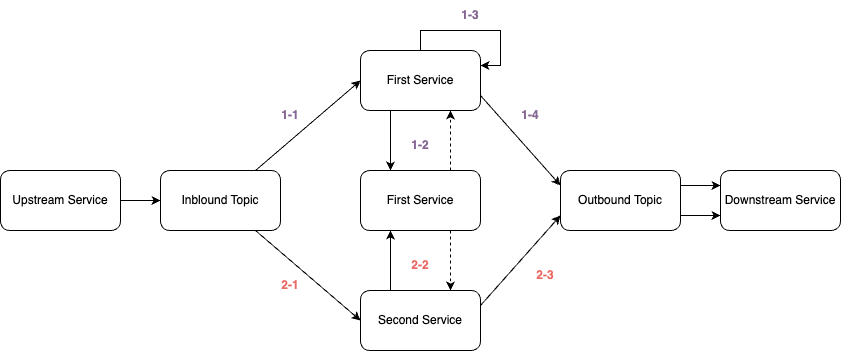
Before: img/kafka/kafka-consumer-retry-1.drawio.png, a diagram exported from draw.io (windowforsun/blog). Source tidied: cells renumbered, new cells last; positions are measured from the earlier drawing's top-left corner, leaving out a move shared by most shapes. The source it was exported from:
```xml
<mxGraphModel>
  <root>
    <mxCell id="0" />
    <mxCell id="1" parent="0" />
    <mxCell id="2" style="edgeStyle=orthogonalEdgeStyle;rounded=0;jettySize=auto;html=1;entryX=0;entryY=0.5;entryDx=0;entryDy=0;" parent="1" edge="1" source="3" target="6">
      <mxGeometry relative="1" as="geometry" />
    </mxCell>
    <mxCell id="3" value="Upstream Service" style="rounded=1;whiteSpace=wrap;html=1;" parent="1" vertex="1">
      <mxGeometry y="170" width="120" height="60" as="geometry" />
    </mxCell>
    <mxCell id="4" style="rounded=0;jettySize=auto;html=1;entryX=0;entryY=0.5;entryDx=0;entryDy=0;" parent="1" edge="1" source="6" target="9">
      <mxGeometry relative="1" as="geometry" />
    </mxCell>
    <mxCell id="5" style="rounded=0;jettySize=auto;html=1;entryX=0;entryY=0.5;entryDx=0;entryDy=0;" parent="1" edge="1" source="6" target="15">
      <mxGeometry relative="1" as="geometry" />
    </mxCell>
    <mxCell id="6" value="Inblound Topic" style="rounded=1;whiteSpace=wrap;html=1;" parent="1" vertex="1">
      <mxGeometry x="160" y="170" width="120" height="60" as="geometry" />
    </mxCell>
    <mxCell id="7" style="edgeStyle=orthogonalEdgeStyle;rounded=0;jettySize=auto;html=1;exitX=0.25;exitY=1;exitDx=0;exitDy=0;entryX=0.25;entryY=0;entryDx=0;entryDy=0;" parent="1" edge="1" source="9" target="12">
      <mxGeometry relative="1" as="geometry" />
    </mxCell>
    <mxCell id="8" style="rounded=0;jettySize=auto;html=1;entryX=0;entryY=0.25;entryDx=0;entryDy=0;exitX=1;exitY=0.75;exitDx=0;exitDy=0;" parent="1" edge="1" source="9" target="18">
      <mxGeometry relative="1" as="geometry" />
    </mxCell>
    <mxCell id="9" value="First Service" style="rounded=1;whiteSpace=wrap;html=1;" parent="1" vertex="1">
      <mxGeometry x="360" y="50" width="120" height="60" as="geometry" />
    </mxCell>
    <mxCell id="10" style="edgeStyle=orthogonalEdgeStyle;rounded=0;jettySize=auto;html=1;exitX=0.75;exitY=1;exitDx=0;exitDy=0;entryX=0.75;entryY=0;entryDx=0;entryDy=0;dashed=1;" parent="1" edge="1" source="12" target="15">
      <mxGeometry relative="1" as="geometry" />
    </mxCell>
    <mxCell id="11" style="edgeStyle=orthogonalEdgeStyle;rounded=0;jettySize=auto;html=1;exitX=0.75;exitY=0;exitDx=0;exitDy=0;entryX=0.75;entryY=1;entryDx=0;entryDy=0;dashed=1;" parent="1" edge="1" source="12" target="9">
      <mxGeometry relative="1" as="geometry" />
    </mxCell>
    <mxCell id="12" value="First Service" style="rounded=1;whiteSpace=wrap;html=1;" parent="1" vertex="1">
      <mxGeometry x="360" y="170" width="120" height="60" as="geometry" />
    </mxCell>
    <mxCell id="13" style="edgeStyle=orthogonalEdgeStyle;rounded=0;jettySize=auto;html=1;exitX=0.25;exitY=0;exitDx=0;exitDy=0;entryX=0.25;entryY=1;entryDx=0;entryDy=0;" parent="1" edge="1" source="15" target="12">
      <mxGeometry relative="1" as="geometry" />
    </mxCell>
    <mxCell id="14" style="rounded=0;jettySize=auto;html=1;exitX=1;exitY=0.25;exitDx=0;exitDy=0;entryX=0;entryY=0.75;entryDx=0;entryDy=0;" parent="1" edge="1" source="15" target="18">
      <mxGeometry relative="1" as="geometry" />
    </mxCell>
    <mxCell id="15" value="Second Service" style="rounded=1;whiteSpace=wrap;html=1;" parent="1" vertex="1">
      <mxGeometry x="360" y="290" width="120" height="60" as="geometry" />
    </mxCell>
    <mxCell id="16" style="edgeStyle=orthogonalEdgeStyle;rounded=0;jettySize=auto;html=1;exitX=1;exitY=0.25;exitDx=0;exitDy=0;entryX=0;entryY=0.25;entryDx=0;entryDy=0;" parent="1" edge="1" source="18" target="19">
      <mxGeometry relative="1" as="geometry" />
    </mxCell>
    <mxCell id="17" style="edgeStyle=orthogonalEdgeStyle;rounded=0;jettySize=auto;html=1;exitX=1;exitY=0.75;exitDx=0;exitDy=0;entryX=0;entryY=0.75;entryDx=0;entryDy=0;" parent="1" edge="1" source="18" target="19">
      <mxGeometry relative="1" as="geometry" />
    </mxCell>
    <mxCell id="18" value="Outbound Topic" style="rounded=1;whiteSpace=wrap;html=1;" parent="1" vertex="1">
      <mxGeometry x="560" y="170" width="120" height="60" as="geometry" />
    </mxCell>
    <mxCell id="19" value="Downstream Service" style="rounded=1;whiteSpace=wrap;html=1;" parent="1" vertex="1">
      <mxGeometry x="720" y="170" width="120" height="60" as="geometry" />
    </mxCell>
    <mxCell id="20" style="edgeStyle=orthogonalEdgeStyle;rounded=0;orthogonalLoop=1;jettySize=auto;html=1;entryX=1;entryY=0.25;entryDx=0;entryDy=0;" parent="1" edge="1" source="9" target="9">
      <mxGeometry relative="1" as="geometry" />
    </mxCell>
    <mxCell id="21" value="&lt;b&gt;1-1&lt;/b&gt;" style="text;html=1;align=center;verticalAlign=middle;whiteSpace=wrap;rounded=0;fontColor=#856794;" parent="1" vertex="1">
      <mxGeometry x="260" y="100" width="60" height="30" as="geometry" />
    </mxCell>
    <mxCell id="22" value="&lt;b&gt;1-2&lt;/b&gt;" style="text;html=1;align=center;verticalAlign=middle;whiteSpace=wrap;rounded=0;fontColor=#856794;" parent="1" vertex="1">
      <mxGeometry x="390" y="130" width="60" height="30" as="geometry" />
    </mxCell>
    <mxCell id="23" value="&lt;b&gt;1-3&lt;/b&gt;" style="text;html=1;align=center;verticalAlign=middle;whiteSpace=wrap;rounded=0;fontColor=#856794;" parent="1" vertex="1">
      <mxGeometry x="440" width="60" height="30" as="geometry" />
    </mxCell>
    <mxCell id="24" value="&lt;b&gt;1-4&lt;/b&gt;" style="text;html=1;align=center;verticalAlign=middle;whiteSpace=wrap;rounded=0;fontColor=#856794;" parent="1" vertex="1">
      <mxGeometry x="500" y="100" width="60" height="30" as="geometry" />
    </mxCell>
    <mxCell id="25" value="&lt;b&gt;&lt;font color=&quot;#ea6b66&quot;&gt;2-1&lt;/font&gt;&lt;/b&gt;" style="text;html=1;align=center;verticalAlign=middle;whiteSpace=wrap;rounded=0;fontColor=#4747B3;" parent="1" vertex="1">
      <mxGeometry x="260" y="270" width="60" height="30" as="geometry" />
    </mxCell>
    <mxCell id="26" value="&lt;b&gt;&lt;font color=&quot;#ea6b66&quot;&gt;2-2&lt;/font&gt;&lt;/b&gt;" style="text;html=1;align=center;verticalAlign=middle;whiteSpace=wrap;rounded=0;fontColor=#4747B3;" parent="1" vertex="1">
      <mxGeometry x="390" y="250" width="60" height="30" as="geometry" />
    </mxCell>
    <mxCell id="27" value="&lt;b&gt;&lt;font color=&quot;#ea6b66&quot;&gt;2-3&lt;/font&gt;&lt;/b&gt;" style="text;html=1;align=center;verticalAlign=middle;whiteSpace=wrap;rounded=0;fontColor=#4747B3;" parent="1" vertex="1">
      <mxGeometry x="515" y="260" width="60" height="30" as="geometry" />
    </mxCell>
  </root>
</mxGraphModel>
```
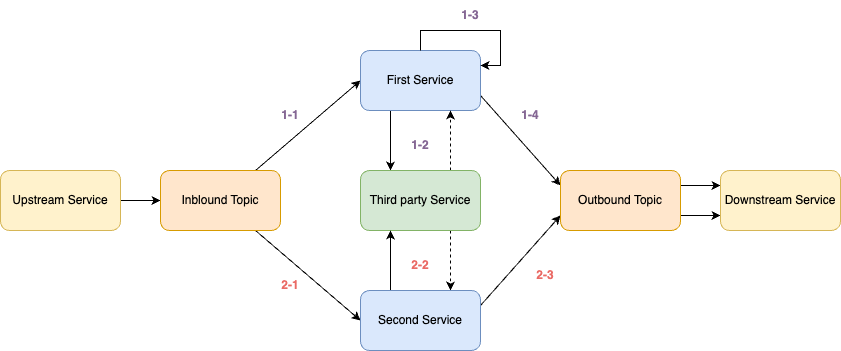
Later version of the same file.

Commit message:
kafka-consumer-retry-1.drawio.png이 추가되었습니다.

The edit, as a diff of the source:
```diff
@@ -5,7 +5,7 @@
     <mxCell id="2" style="edgeStyle=orthogonalEdgeStyle;rounded=0;jettySize=auto;html=1;entryX=0;entryY=0.5;entryDx=0;entryDy=0;" parent="1" edge="1" source="3" target="6">
       <mxGeometry relative="1" as="geometry" />
     </mxCell>
-    <mxCell id="3" value="Upstream Service" style="rounded=1;whiteSpace=wrap;html=1;" parent="1" vertex="1">
+    <mxCell id="3" value="Upstream Service" style="rounded=1;whiteSpace=wrap;html=1;fillColor=#fff2cc;strokeColor=#d6b656;" parent="1" vertex="1">
       <mxGeometry y="170" width="120" height="60" as="geometry" />
     </mxCell>
     <mxCell id="4" style="rounded=0;jettySize=auto;html=1;entryX=0;entryY=0.5;entryDx=0;entryDy=0;" parent="1" edge="1" source="6" target="9">
@@ -14,7 +14,7 @@
     <mxCell id="5" style="rounded=0;jettySize=auto;html=1;entryX=0;entryY=0.5;entryDx=0;entryDy=0;" parent="1" edge="1" source="6" target="15">
       <mxGeometry relative="1" as="geometry" />
     </mxCell>
-    <mxCell id="6" value="Inblound Topic" style="rounded=1;whiteSpace=wrap;html=1;" parent="1" vertex="1">
+    <mxCell id="6" value="Inblound Topic" style="rounded=1;whiteSpace=wrap;html=1;fillColor=#ffe6cc;strokeColor=#d79b00;" parent="1" vertex="1">
       <mxGeometry x="160" y="170" width="120" height="60" as="geometry" />
     </mxCell>
     <mxCell id="7" style="edgeStyle=orthogonalEdgeStyle;rounded=0;jettySize=auto;html=1;exitX=0.25;exitY=1;exitDx=0;exitDy=0;entryX=0.25;entryY=0;entryDx=0;entryDy=0;" parent="1" edge="1" source="9" target="12">
@@ -23,7 +23,7 @@
     <mxCell id="8" style="rounded=0;jettySize=auto;html=1;entryX=0;entryY=0.25;entryDx=0;entryDy=0;exitX=1;exitY=0.75;exitDx=0;exitDy=0;" parent="1" edge="1" source="9" target="18">
       <mxGeometry relative="1" as="geometry" />
     </mxCell>
-    <mxCell id="9" value="First Service" style="rounded=1;whiteSpace=wrap;html=1;" parent="1" vertex="1">
+    <mxCell id="9" value="First Service" style="rounded=1;whiteSpace=wrap;html=1;fillColor=#dae8fc;strokeColor=#6c8ebf;" parent="1" vertex="1">
       <mxGeometry x="360" y="50" width="120" height="60" as="geometry" />
     </mxCell>
     <mxCell id="10" style="edgeStyle=orthogonalEdgeStyle;rounded=0;jettySize=auto;html=1;exitX=0.75;exitY=1;exitDx=0;exitDy=0;entryX=0.75;entryY=0;entryDx=0;entryDy=0;dashed=1;" parent="1" edge="1" source="12" target="15">
@@ -32,7 +32,7 @@
     <mxCell id="11" style="edgeStyle=orthogonalEdgeStyle;rounded=0;jettySize=auto;html=1;exitX=0.75;exitY=0;exitDx=0;exitDy=0;entryX=0.75;entryY=1;entryDx=0;entryDy=0;dashed=1;" parent="1" edge="1" source="12" target="9">
       <mxGeometry relative="1" as="geometry" />
     </mxCell>
-    <mxCell id="12" value="First Service" style="rounded=1;whiteSpace=wrap;html=1;" parent="1" vertex="1">
+    <mxCell id="12" value="Third party Service" style="rounded=1;whiteSpace=wrap;html=1;fillColor=#d5e8d4;strokeColor=#82b366;" parent="1" vertex="1">
       <mxGeometry x="360" y="170" width="120" height="60" as="geometry" />
     </mxCell>
     <mxCell id="13" style="edgeStyle=orthogonalEdgeStyle;rounded=0;jettySize=auto;html=1;exitX=0.25;exitY=0;exitDx=0;exitDy=0;entryX=0.25;entryY=1;entryDx=0;entryDy=0;" parent="1" edge="1" source="15" target="12">
@@ -41,7 +41,7 @@
     <mxCell id="14" style="rounded=0;jettySize=auto;html=1;exitX=1;exitY=0.25;exitDx=0;exitDy=0;entryX=0;entryY=0.75;entryDx=0;entryDy=0;" parent="1" edge="1" source="15" target="18">
       <mxGeometry relative="1" as="geometry" />
     </mxCell>
-    <mxCell id="15" value="Second Service" style="rounded=1;whiteSpace=wrap;html=1;" parent="1" vertex="1">
+    <mxCell id="15" value="Second Service" style="rounded=1;whiteSpace=wrap;html=1;fillColor=#dae8fc;strokeColor=#6c8ebf;" parent="1" vertex="1">
       <mxGeometry x="360" y="290" width="120" height="60" as="geometry" />
     </mxCell>
     <mxCell id="16" style="edgeStyle=orthogonalEdgeStyle;rounded=0;jettySize=auto;html=1;exitX=1;exitY=0.25;exitDx=0;exitDy=0;entryX=0;entryY=0.25;entryDx=0;entryDy=0;" parent="1" edge="1" source="18" target="19">
@@ -50,10 +50,10 @@
     <mxCell id="17" style="edgeStyle=orthogonalEdgeStyle;rounded=0;jettySize=auto;html=1;exitX=1;exitY=0.75;exitDx=0;exitDy=0;entryX=0;entryY=0.75;entryDx=0;entryDy=0;" parent="1" edge="1" source="18" target="19">
       <mxGeometry relative="1" as="geometry" />
     </mxCell>
-    <mxCell id="18" value="Outbound Topic" style="rounded=1;whiteSpace=wrap;html=1;" parent="1" vertex="1">
+    <mxCell id="18" value="Outbound Topic" style="rounded=1;whiteSpace=wrap;html=1;fillColor=#ffe6cc;strokeColor=#d79b00;" parent="1" vertex="1">
       <mxGeometry x="560" y="170" width="120" height="60" as="geometry" />
     </mxCell>
-    <mxCell id="19" value="Downstream Service" style="rounded=1;whiteSpace=wrap;html=1;" parent="1" vertex="1">
+    <mxCell id="19" value="Downstream Service" style="rounded=1;whiteSpace=wrap;html=1;fillColor=#fff2cc;strokeColor=#d6b656;" parent="1" vertex="1">
       <mxGeometry x="720" y="170" width="120" height="60" as="geometry" />
     </mxCell>
     <mxCell id="20" style="edgeStyle=orthogonalEdgeStyle;rounded=0;orthogonalLoop=1;jettySize=auto;html=1;entryX=1;entryY=0.25;entryDx=0;entryDy=0;" parent="1" edge="1" source="9" target="9">
```
